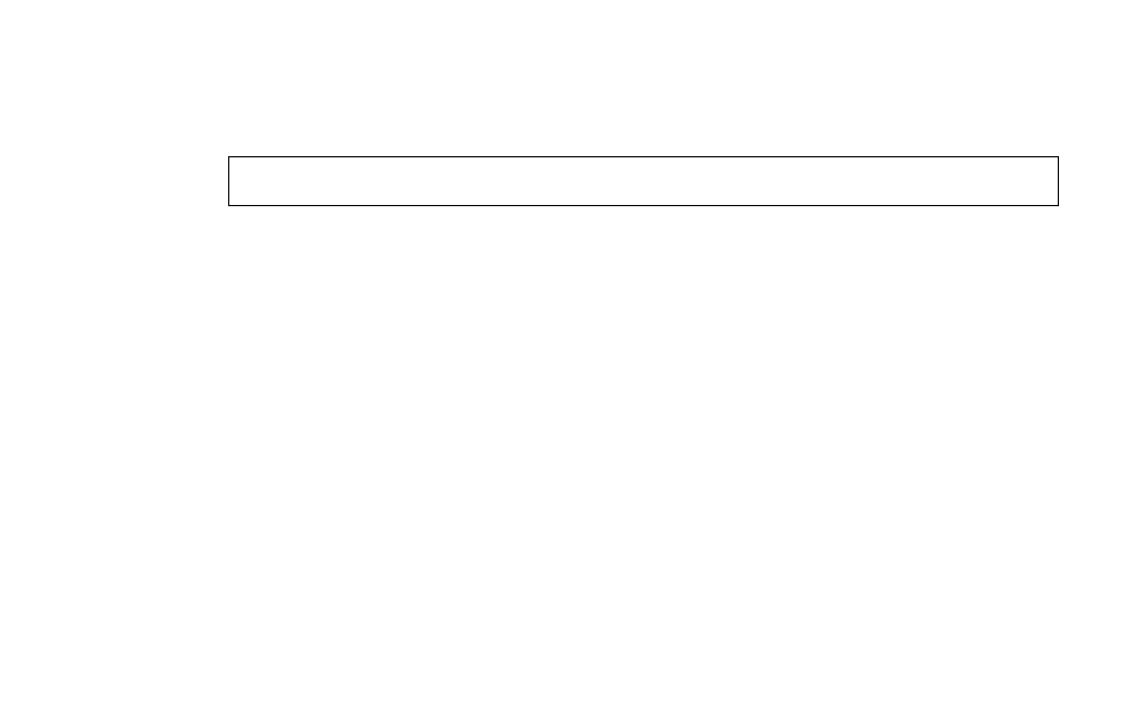
Earlier version of the draw.io diagram 07_MovingSum/Untitled Diagram.drawio (yvyork/GPU_Part). Source tidied: cells renumbered, new cells numbered last; positions are measured from the earlier drawing's top-left corner, leaving out a move shared by most shapes. Both pictures are drawn from the tidied source at 122%, with x=0, y=0 at pixel (228, 156).
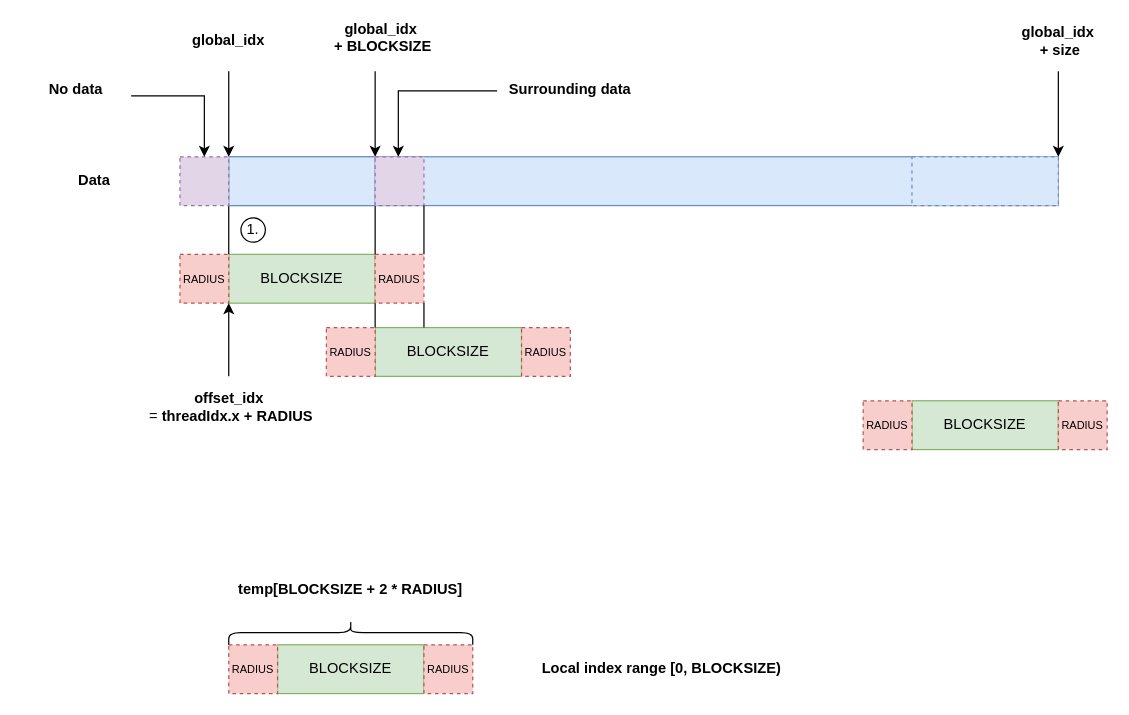
Above is the later version.

Change to the diagram source:
```diff
@@
-    <mxCell id="2" style="rounded=0;whiteSpace=wrap;html=1;" parent="1" vertex="1">
+    <mxCell id="2" style="rounded=0;whiteSpace=wrap;html=1;fillColor=#dae8fc;strokeColor=#6c8ebf;" parent="1" vertex="1">
       <mxGeometry width="680" height="40" as="geometry" />
     </mxCell>
+    <mxCell id="3" value="&lt;div&gt;&lt;b&gt;Data&lt;/b&gt;&lt;/div&gt;" style="text;html=1;align=center;verticalAlign=middle;whiteSpace=wrap;rounded=0;" parent="1" vertex="1">
+      <mxGeometry x="-140" y="5" width="60" height="30" as="geometry" />
+    </mxCell>
+    <mxCell id="4" value="BLOCKSIZE" style="rounded=0;whiteSpace=wrap;html=1;fillColor=#d5e8d4;strokeColor=#82b366;" parent="1" vertex="1">
+      <mxGeometry y="80" width="120" height="40" as="geometry" />
+    </mxCell>
+    <mxCell id="5" value="&lt;font style=&quot;font-size: 9px;&quot;&gt;RADIUS&lt;/font&gt;" style="rounded=0;whiteSpace=wrap;html=1;dashed=1;fillColor=#f8cecc;strokeColor=#b85450;" parent="1" vertex="1">
+      <mxGeometry x="-40" y="80" width="40" height="40" as="geometry" />
+    </mxCell>
+    <mxCell id="6" value="&lt;font style=&quot;font-size: 9px;&quot;&gt;RADIUS&lt;/font&gt;" style="rounded=0;whiteSpace=wrap;html=1;dashed=1;fillColor=#f8cecc;strokeColor=#b85450;" parent="1" vertex="1">
+      <mxGeometry x="120" y="80" width="40" height="40" as="geometry" />
+    </mxCell>
+    <mxCell id="7" value="BLOCKSIZE" style="rounded=0;whiteSpace=wrap;html=1;fillColor=#d5e8d4;strokeColor=#82b366;" parent="1" vertex="1">
+      <mxGeometry x="120" y="140" width="120" height="40" as="geometry" />
+    </mxCell>
+    <mxCell id="8" value="&lt;font style=&quot;font-size: 9px;&quot;&gt;RADIUS&lt;/font&gt;" style="rounded=0;whiteSpace=wrap;html=1;dashed=1;fillColor=#f8cecc;strokeColor=#b85450;" parent="1" vertex="1">
+      <mxGeometry x="80" y="140" width="40" height="40" as="geometry" />
+    </mxCell>
+    <mxCell id="9" value="&lt;font style=&quot;font-size: 9px;&quot;&gt;RADIUS&lt;/font&gt;" style="rounded=0;whiteSpace=wrap;html=1;dashed=1;fillColor=#f8cecc;strokeColor=#b85450;" parent="1" vertex="1">
+      <mxGeometry x="240" y="140" width="40" height="40" as="geometry" />
+    </mxCell>
+    <mxCell id="10" value="BLOCKSIZE" style="rounded=0;whiteSpace=wrap;html=1;fillColor=#d5e8d4;strokeColor=#82b366;" parent="1" vertex="1">
+      <mxGeometry x="560" y="200" width="120" height="40" as="geometry" />
+    </mxCell>
+    <mxCell id="11" value="&lt;font style=&quot;font-size: 9px;&quot;&gt;RADIUS&lt;/font&gt;" style="rounded=0;whiteSpace=wrap;html=1;dashed=1;fillColor=#f8cecc;strokeColor=#b85450;" parent="1" vertex="1">
+      <mxGeometry x="520" y="200" width="40" height="40" as="geometry" />
+    </mxCell>
+    <mxCell id="12" value="&lt;font style=&quot;font-size: 9px;&quot;&gt;RADIUS&lt;/font&gt;" style="rounded=0;whiteSpace=wrap;html=1;dashed=1;fillColor=#f8cecc;strokeColor=#b85450;" parent="1" vertex="1">
+      <mxGeometry x="680" y="200" width="40" height="40" as="geometry" />
+    </mxCell>
+    <mxCell id="13" style="endArrow=classic;html=1;rounded=0;entryX=0;entryY=0;entryDx=0;entryDy=0;" parent="1" edge="1" target="2">
+      <mxGeometry relative="1" as="geometry">
+        <mxPoint y="-70" as="sourcePoint" />
+      </mxGeometry>
+    </mxCell>
+    <mxCell id="14" style="endArrow=classic;html=1;rounded=0;entryX=1;entryY=1;entryDx=0;entryDy=0;exitX=0.5;exitY=0;exitDx=0;exitDy=0;" parent="1" edge="1" source="16" target="5">
+      <mxGeometry relative="1" as="geometry" />
+    </mxCell>
+    <mxCell id="15" value="&lt;div&gt;&lt;b&gt;global_idx&lt;/b&gt;&lt;/div&gt;" style="text;html=1;align=center;verticalAlign=middle;whiteSpace=wrap;rounded=0;" parent="1" vertex="1">
+      <mxGeometry x="-30" y="-110" width="60" height="30" as="geometry" />
+    </mxCell>
+    <mxCell id="16" value="&lt;div&gt;&lt;b&gt;offset_idx&lt;/b&gt;&lt;/div&gt;&amp;nbsp;= &lt;b&gt;threadIdx.x + RADIUS&lt;/b&gt;" style="text;html=1;align=center;verticalAlign=middle;whiteSpace=wrap;rounded=0;" parent="1" vertex="1">
+      <mxGeometry x="-102.5" y="180" width="205" height="50" as="geometry" />
+    </mxCell>
+    <mxCell id="17" value="BLOCKSIZE" style="rounded=0;whiteSpace=wrap;html=1;fillColor=#d5e8d4;strokeColor=#82b366;" parent="1" vertex="1">
+      <mxGeometry x="40" y="400" width="120" height="40" as="geometry" />
+    </mxCell>
+    <mxCell id="18" value="&lt;font style=&quot;font-size: 9px;&quot;&gt;RADIUS&lt;/font&gt;" style="rounded=0;whiteSpace=wrap;html=1;dashed=1;fillColor=#f8cecc;strokeColor=#b85450;" parent="1" vertex="1">
+      <mxGeometry y="400" width="40" height="40" as="geometry" />
+    </mxCell>
+    <mxCell id="19" value="&lt;font style=&quot;font-size: 9px;&quot;&gt;RADIUS&lt;/font&gt;" style="rounded=0;whiteSpace=wrap;html=1;dashed=1;fillColor=#f8cecc;strokeColor=#b85450;" parent="1" vertex="1">
+      <mxGeometry x="160" y="400" width="40" height="40" as="geometry" />
+    </mxCell>
+    <mxCell id="20" style="shape=curlyBracket;whiteSpace=wrap;html=1;rounded=1;flipH=1;labelPosition=right;verticalLabelPosition=middle;align=left;verticalAlign=middle;rotation=-90;" parent="1" vertex="1">
+      <mxGeometry x="90" y="290" width="20" height="200" as="geometry" />
+    </mxCell>
+    <mxCell id="21" value="&lt;b&gt;temp[BLOCKSIZE + 2 * RADIUS]&lt;/b&gt;" style="text;html=1;align=center;verticalAlign=middle;whiteSpace=wrap;rounded=0;" parent="1" vertex="1">
+      <mxGeometry y="340" width="200" height="30" as="geometry" />
+    </mxCell>
+    <mxCell id="22" style="endArrow=none;html=1;rounded=0;entryX=0;entryY=1;entryDx=0;entryDy=0;" parent="1" edge="1" target="2">
+      <mxGeometry relative="1" as="geometry">
+        <mxPoint y="80" as="sourcePoint" />
+      </mxGeometry>
+    </mxCell>
+    <mxCell id="23" style="endArrow=none;html=1;rounded=0;entryX=0;entryY=1;entryDx=0;entryDy=0;" parent="1" edge="1">
+      <mxGeometry relative="1" as="geometry">
+        <mxPoint x="120" y="80" as="sourcePoint" />
+        <mxPoint x="120" y="40" as="targetPoint" />
+      </mxGeometry>
+    </mxCell>
+    <mxCell id="24" style="endArrow=classic;html=1;rounded=0;entryX=0;entryY=0;entryDx=0;entryDy=0;" parent="1" edge="1">
+      <mxGeometry relative="1" as="geometry">
+        <mxPoint x="120" y="-70" as="sourcePoint" />
+        <mxPoint x="120" as="targetPoint" />
+      </mxGeometry>
+    </mxCell>
+    <mxCell id="25" value="&lt;div&gt;&lt;b&gt;global_idx&lt;/b&gt;&lt;/div&gt;&lt;div&gt;&lt;b&gt;&amp;nbsp;+ BLOCKSIZE&lt;/b&gt;&lt;/div&gt;&lt;div&gt;&lt;b&gt;&lt;br&gt;&lt;/b&gt;&lt;/div&gt;" style="text;html=1;align=center;verticalAlign=middle;whiteSpace=wrap;rounded=0;" parent="1" vertex="1">
+      <mxGeometry x="80" y="-100" width="90" height="20" as="geometry" />
+    </mxCell>
+    <mxCell id="26" style="endArrow=classic;html=1;rounded=0;entryX=0;entryY=0;entryDx=0;entryDy=0;" parent="1" edge="1">
+      <mxGeometry relative="1" as="geometry">
+        <mxPoint x="680" y="-70" as="sourcePoint" />
+        <mxPoint x="680" as="targetPoint" />
+      </mxGeometry>
+    </mxCell>
+    <mxCell id="27" value="&lt;div&gt;&lt;b&gt;global_idx&lt;/b&gt;&lt;/div&gt;&amp;nbsp;&lt;b&gt;+ size&lt;/b&gt;" style="text;html=1;align=center;verticalAlign=middle;whiteSpace=wrap;rounded=0;" parent="1" vertex="1">
+      <mxGeometry x="650" y="-110" width="60" height="30" as="geometry" />
+    </mxCell>
+    <mxCell id="28" value="1." style="ellipse;whiteSpace=wrap;html=1;" parent="1" vertex="1">
+      <mxGeometry x="10" y="50" width="20" height="20" as="geometry" />
+    </mxCell>
+    <mxCell id="29" value="&lt;b&gt;Local index range [0, BLOCKSIZE)&lt;/b&gt;" style="text;html=1;align=center;verticalAlign=middle;whiteSpace=wrap;rounded=0;" parent="1" vertex="1">
+      <mxGeometry x="240" y="405" width="230" height="30" as="geometry" />
+    </mxCell>
+    <mxCell id="30" style="rounded=0;whiteSpace=wrap;html=1;fillColor=#dae8fc;strokeColor=#6c8ebf;" parent="1" vertex="1">
+      <mxGeometry width="120" height="40" as="geometry" />
+    </mxCell>
+    <mxCell id="31" style="rounded=0;whiteSpace=wrap;html=1;fillColor=#e1d5e7;strokeColor=#9673a6;dashed=1;" parent="1" vertex="1">
+      <mxGeometry x="120" width="40" height="40" as="geometry" />
+    </mxCell>
+    <mxCell id="32" style="endArrow=none;html=1;rounded=0;entryX=0;entryY=1;entryDx=0;entryDy=0;" parent="1" edge="1">
+      <mxGeometry relative="1" as="geometry">
+        <mxPoint x="160" y="80" as="sourcePoint" />
+        <mxPoint x="160" y="40" as="targetPoint" />
+      </mxGeometry>
+    </mxCell>
+    <mxCell id="33" style="endArrow=none;html=1;rounded=0;entryX=0;entryY=1;entryDx=0;entryDy=0;" parent="1" edge="1">
+      <mxGeometry relative="1" as="geometry">
+        <mxPoint x="120" y="140" as="sourcePoint" />
+        <mxPoint x="120" y="120" as="targetPoint" />
+      </mxGeometry>
+    </mxCell>
+    <mxCell id="34" style="endArrow=none;html=1;rounded=0;entryX=0;entryY=1;entryDx=0;entryDy=0;" parent="1" edge="1">
+      <mxGeometry relative="1" as="geometry">
+        <mxPoint x="160" y="140" as="sourcePoint" />
+        <mxPoint x="160" y="120" as="targetPoint" />
+      </mxGeometry>
+    </mxCell>
+    <mxCell id="35" style="endArrow=classic;html=1;rounded=0;entryX=0.475;entryY=-0.15;entryDx=0;entryDy=0;entryPerimeter=0;" parent="1" edge="1">
+      <mxGeometry relative="1" as="geometry">
+        <mxPoint x="220" y="-54" as="sourcePoint" />
+        <mxPoint x="139" as="targetPoint" />
+        <Array as="points">
+          <mxPoint x="139" y="-54" />
+        </Array>
+      </mxGeometry>
+    </mxCell>
+    <mxCell id="36" value="&lt;b&gt;Surrounding data&lt;/b&gt;" style="text;html=1;align=center;verticalAlign=middle;whiteSpace=wrap;rounded=0;" parent="1" vertex="1">
+      <mxGeometry x="220" y="-70" width="120" height="30" as="geometry" />
+    </mxCell>
+    <mxCell id="37" style="rounded=0;whiteSpace=wrap;html=1;fillColor=#e1d5e7;strokeColor=#9673a6;dashed=1;" parent="1" vertex="1">
+      <mxGeometry x="-40" width="40" height="40" as="geometry" />
+    </mxCell>
+    <mxCell id="38" style="endArrow=classic;html=1;rounded=0;entryX=0.5;entryY=0;entryDx=0;entryDy=0;" parent="1" edge="1" target="37">
+      <mxGeometry relative="1" as="geometry">
+        <mxPoint x="-80" y="-50" as="sourcePoint" />
+        <Array as="points">
+          <mxPoint x="-50" y="-50" />
+          <mxPoint x="-20" y="-50" />
+        </Array>
+      </mxGeometry>
+    </mxCell>
+    <mxCell id="39" value="&lt;b&gt;No data&lt;/b&gt;" style="text;html=1;align=center;verticalAlign=middle;whiteSpace=wrap;rounded=0;" parent="1" vertex="1">
+      <mxGeometry x="-170" y="-70" width="90" height="30" as="geometry" />
+    </mxCell>
+    <mxCell id="40" style="rounded=0;whiteSpace=wrap;html=1;fillColor=#dae8fc;strokeColor=#6c8ebf;dashed=1;" parent="1" vertex="1">
+      <mxGeometry x="560" width="120" height="40" as="geometry" />
+    </mxCell>
```
